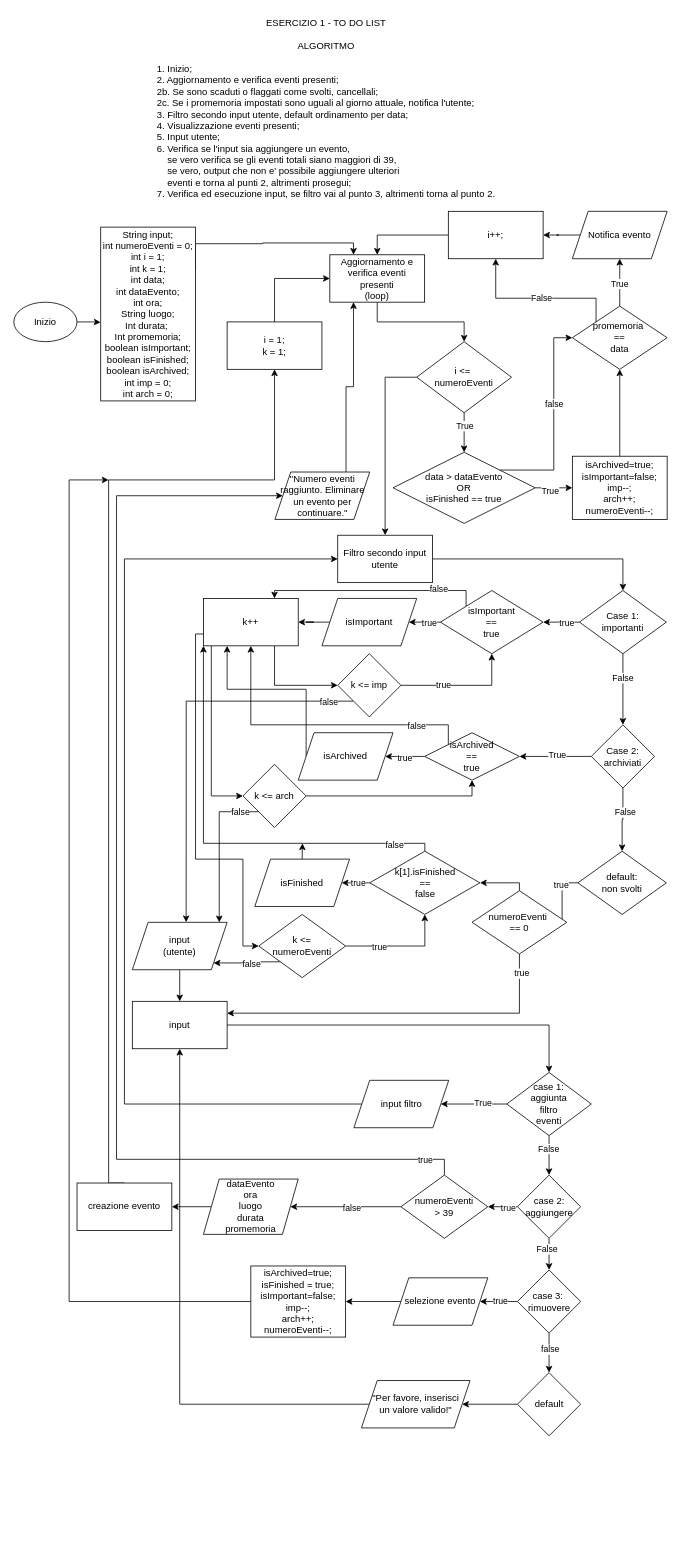
Above: to-do-list.drawio in Aislir/BitCamp (draw.io), before the change. Source tidied: cells renumbered, new cells numbered last; positions are measured from the earlier drawing's top-left corner, leaving out a move shared by most shapes. Both pictures are drawn from the tidied source at 79%, with x=0, y=0 at pixel (13, 13).
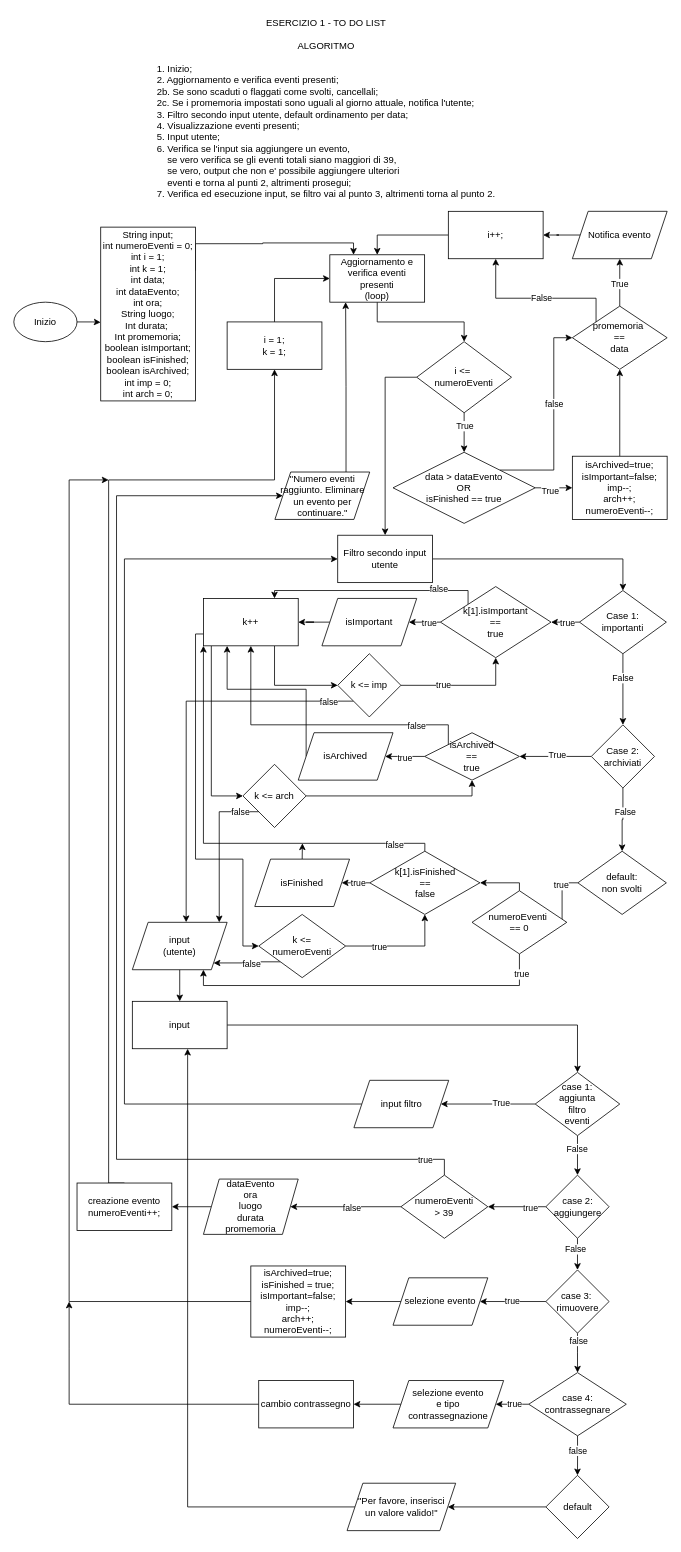
The same page after the edit.

The change refers to these unchanged cells:
```xml
<mxCell id="8" value="Aggiornamento e verifica eventi presenti&lt;div&gt;(loop)&lt;/div&gt;" style="whiteSpace=wrap;html=1;" parent="1" vertex="1">
  <mxGeometry x="400" y="305" width="120" height="60" as="geometry" />
</mxCell>
<mxCell id="84" value="k++" style="whiteSpace=wrap;html=1;" parent="1" vertex="1">
  <mxGeometry x="240" y="740" width="120" height="60" as="geometry" />
</mxCell>
<mxCell id="107" value="input&lt;div&gt;(utente)&lt;/div&gt;" style="shape=parallelogram;perimeter=parallelogramPerimeter;whiteSpace=wrap;html=1;fixedSize=1;" parent="1" vertex="1">
  <mxGeometry x="150" y="1150" width="120" height="60" as="geometry" />
</mxCell>
<mxCell id="111" value="input" style="whiteSpace=wrap;html=1;" parent="1" vertex="1">
  <mxGeometry x="150" y="1250" width="120" height="60" as="geometry" />
</mxCell>
<mxCell id="115" value="numeroEventi&amp;nbsp;&lt;div&gt;== 0&lt;/div&gt;" style="rhombus;whiteSpace=wrap;html=1;" parent="1" vertex="1">
  <mxGeometry x="580" y="1110" width="120" height="80" as="geometry" />
</mxCell>
<mxCell id="128" value="&quot;Numero eventi raggiunto. Eliminare&lt;div&gt;un evento per continuare.&quot;&lt;/div&gt;" style="shape=parallelogram;perimeter=parallelogramPerimeter;whiteSpace=wrap;html=1;fixedSize=1;" parent="1" vertex="1">
  <mxGeometry x="330.5" y="580" width="120" height="60" as="geometry" />
</mxCell>
```

Change to the diagram source:
```diff
@@
     <mxCell id="33" value="case 2:&lt;div&gt;aggiungere&lt;/div&gt;" style="rhombus;whiteSpace=wrap;html=1;" parent="1" vertex="1">
-      <mxGeometry x="637.5" y="1470" width="80" height="80" as="geometry" />
+      <mxGeometry x="673.5" y="1470" width="80" height="80" as="geometry" />
     </mxCell>
@@
-    <mxCell id="36" style="edgeStyle=orthogonalEdgeStyle;rounded=0;jettySize=auto;html=1;" parent="1" edge="1" source="40" target="117">
-      <mxGeometry relative="1" as="geometry" />
-    </mxCell>
-    <mxCell id="37" value="false" style="edgeLabel;html=1;align=center;verticalAlign=middle;" parent="36" vertex="1">
-      <mxGeometry x="-0.21" y="1" relative="1" as="geometry" />
-    </mxCell>
@@
+    <mxCell id="129" style="edgeStyle=orthogonalEdgeStyle;rounded=0;jettySize=auto;html=1;" parent="1" edge="1" source="40" target="133">
+      <mxGeometry relative="1" as="geometry" />
+    </mxCell>
+    <mxCell id="130" value="false" style="edgeLabel;html=1;align=center;verticalAlign=middle;" parent="129" vertex="1">
+      <mxGeometry x="-0.65" y="1" relative="1" as="geometry" />
+    </mxCell>
     <mxCell id="40" value="case 3:&amp;nbsp;&lt;div&gt;rimuovere&lt;/div&gt;" style="rhombus;whiteSpace=wrap;html=1;" parent="1" vertex="1">
-      <mxGeometry x="637.5" y="1590" width="80" height="80" as="geometry" />
+      <mxGeometry x="673.5" y="1590" width="80" height="80" as="geometry" />
     </mxCell>
@@
-    <mxCell id="42" value="creazione evento" style="whiteSpace=wrap;html=1;" parent="1" vertex="1">
+    <mxCell id="42" value="creazione evento&lt;div&gt;numeroEventi++;&lt;/div&gt;" style="whiteSpace=wrap;html=1;" parent="1" vertex="1">
       <mxGeometry x="80" y="1480" width="120" height="60" as="geometry" />
     </mxCell>
@@
     <mxCell id="49" value="case 1:&lt;div&gt;aggiunta&lt;/div&gt;&lt;div&gt;filtro&lt;/div&gt;&lt;div&gt;eventi&lt;/div&gt;" style="rhombus;whiteSpace=wrap;html=1;" parent="1" vertex="1">
-      <mxGeometry x="624" y="1340" width="107" height="80" as="geometry" />
+      <mxGeometry x="660" y="1340" width="107" height="80" as="geometry" />
     </mxCell>
@@
     <mxCell id="78" style="edgeStyle=orthogonalEdgeStyle;rounded=0;jettySize=auto;html=1;exitX=0;exitY=0;exitDx=0;exitDy=0;entryX=0.75;entryY=0;entryDx=0;entryDy=0;" parent="1" edge="1" source="80" target="84">
       <mxGeometry relative="1" as="geometry">
         <Array as="points">
-          <mxPoint x="572" y="730" />
+          <mxPoint x="575" y="730" />
           <mxPoint x="330" y="730" />
         </Array>
       </mxGeometry>
     </mxCell>
@@
-    <mxCell id="80" value="isImportant&lt;div&gt;==&lt;/div&gt;&lt;div&gt;true&lt;/div&gt;" style="rhombus;whiteSpace=wrap;html=1;" parent="1" vertex="1">
-      <mxGeometry x="540" y="730" width="130" height="80" as="geometry" />
+    <mxCell id="80" value="k[1].isImportant&lt;div&gt;==&lt;/div&gt;&lt;div&gt;true&lt;/div&gt;" style="rhombus;whiteSpace=wrap;html=1;" parent="1" vertex="1">
+      <mxGeometry x="540" y="725" width="140" height="90" as="geometry" />
     </mxCell>
@@
-    <mxCell id="112" style="edgeStyle=orthogonalEdgeStyle;rounded=0;jettySize=auto;html=1;exitX=0.5;exitY=1;exitDx=0;exitDy=0;entryX=1;entryY=0.25;entryDx=0;entryDy=0;" parent="1" edge="1" source="115" target="111">
+    <mxCell id="112" style="edgeStyle=orthogonalEdgeStyle;rounded=0;jettySize=auto;html=1;exitX=0.5;exitY=1;exitDx=0;exitDy=0;entryX=0.75;entryY=1;entryDx=0;entryDy=0;" parent="1" edge="1" source="115" target="107">
       <mxGeometry relative="1" as="geometry" />
     </mxCell>
@@
     <mxCell id="117" value="default" style="rhombus;whiteSpace=wrap;html=1;" parent="1" vertex="1">
-      <mxGeometry x="637.5" y="1720" width="80" height="80" as="geometry" />
+      <mxGeometry x="673.5" y="1850" width="80" height="80" as="geometry" />
     </mxCell>
-    <mxCell id="118" style="edgeStyle=orthogonalEdgeStyle;rounded=0;jettySize=auto;html=1;exitX=0;exitY=0.5;exitDx=0;exitDy=0;entryX=0.5;entryY=1;entryDx=0;entryDy=0;" parent="1" edge="1" source="119" target="111">
-      <mxGeometry relative="1" as="geometry" />
+    <mxCell id="118" style="edgeStyle=orthogonalEdgeStyle;rounded=0;jettySize=auto;html=1;exitX=0;exitY=0.5;exitDx=0;exitDy=0;" parent="1" edge="1" source="119">
+      <mxGeometry relative="1" as="geometry">
+        <mxPoint x="220" y="1310" as="targetPoint" />
+        <Array as="points">
+          <mxPoint x="220" y="1890" />
+        </Array>
+      </mxGeometry>
     </mxCell>
     <mxCell id="119" value="&quot;Per favore, inserisci&lt;div&gt;un valore valido!&quot;&lt;/div&gt;" style="shape=parallelogram;perimeter=parallelogramPerimeter;whiteSpace=wrap;html=1;fixedSize=1;" parent="1" vertex="1">
-      <mxGeometry x="440" y="1730" width="137.5" height="60" as="geometry" />
+      <mxGeometry x="421.8" y="1860" width="137.5" height="60" as="geometry" />
     </mxCell>
@@
-    <mxCell id="127" style="edgeStyle=orthogonalEdgeStyle;rounded=0;jettySize=auto;html=1;entryX=0.25;entryY=1;entryDx=0;entryDy=0;exitX=0.75;exitY=0;exitDx=0;exitDy=0;" parent="1" edge="1" source="128" target="8">
+    <mxCell id="127" style="edgeStyle=orthogonalEdgeStyle;rounded=0;jettySize=auto;html=1;exitX=0.75;exitY=0;exitDx=0;exitDy=0;" parent="1" edge="1" source="128">
       <mxGeometry relative="1" as="geometry">
+        <mxPoint x="420" y="365" as="targetPoint" />
         <Array as="points">
           <mxPoint x="420" y="472" />
-          <mxPoint x="430" y="472" />
+          <mxPoint x="420" y="365" />
         </Array>
       </mxGeometry>
     </mxCell>
@@
+    <mxCell id="131" style="edgeStyle=orthogonalEdgeStyle;rounded=0;jettySize=auto;html=1;exitX=0;exitY=0.5;exitDx=0;exitDy=0;" parent="1" edge="1" source="133" target="137">
+      <mxGeometry relative="1" as="geometry" />
+    </mxCell>
+    <mxCell id="132" value="true" style="edgeLabel;html=1;align=center;verticalAlign=middle;" parent="131" vertex="1">
+      <mxGeometry x="-0.37" y="-1" relative="1" as="geometry" />
+    </mxCell>
+    <mxCell id="133" value="case 4:&lt;div&gt;contrassegnare&lt;/div&gt;" style="rhombus;whiteSpace=wrap;html=1;" parent="1" vertex="1">
+      <mxGeometry x="651.8" y="1720" width="123.5" height="80" as="geometry" />
+    </mxCell>
+    <mxCell id="134" style="edgeStyle=orthogonalEdgeStyle;rounded=0;jettySize=auto;html=1;exitX=0.5;exitY=1;exitDx=0;exitDy=0;entryX=0.5;entryY=0;entryDx=0;entryDy=0;" parent="1" edge="1" source="133" target="117">
+      <mxGeometry relative="1" as="geometry" />
+    </mxCell>
+    <mxCell id="135" value="false" style="edgeLabel;html=1;align=center;verticalAlign=middle;" parent="134" vertex="1">
+      <mxGeometry x="-0.26" relative="1" as="geometry" />
+    </mxCell>
+    <mxCell id="136" style="edgeStyle=orthogonalEdgeStyle;rounded=0;jettySize=auto;html=1;" parent="1" edge="1" source="137" target="139">
+      <mxGeometry relative="1" as="geometry" />
+    </mxCell>
+    <mxCell id="137" value="selezione evento&lt;div&gt;e tipo&lt;/div&gt;&lt;div&gt;contrassegnazione&lt;/div&gt;" style="shape=parallelogram;perimeter=parallelogramPerimeter;whiteSpace=wrap;html=1;fixedSize=1;" parent="1" vertex="1">
+      <mxGeometry x="480" y="1730" width="140" height="60" as="geometry" />
+    </mxCell>
+    <mxCell id="138" style="edgeStyle=orthogonalEdgeStyle;rounded=0;jettySize=auto;html=1;exitX=0;exitY=0.5;exitDx=0;exitDy=0;" parent="1" edge="1" source="139">
+      <mxGeometry relative="1" as="geometry">
+        <mxPoint x="70" y="1630" as="targetPoint" />
+        <Array as="points">
+          <mxPoint x="70" y="1760" />
+          <mxPoint x="70" y="1690" />
+        </Array>
+      </mxGeometry>
+    </mxCell>
+    <mxCell id="139" value="cambio contrassegno" style="whiteSpace=wrap;html=1;" parent="1" vertex="1">
+      <mxGeometry x="310" y="1730" width="120" height="60" as="geometry" />
+    </mxCell>
```
